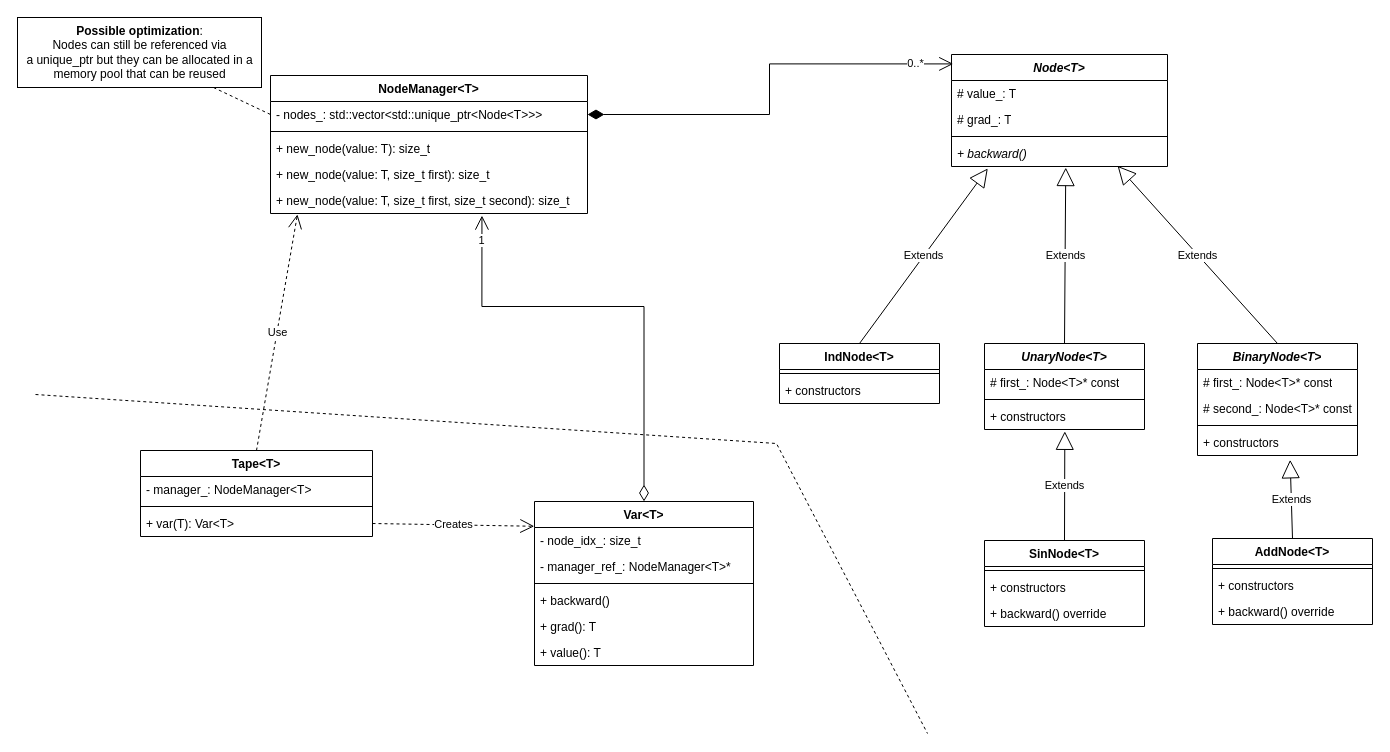
Above: docs/autodiff_reverse_main.drawio in giusgal/autodiff (draw.io), before the change. Source tidied: cells renumbered, new cells numbered last; positions are measured from the earlier drawing's top-left corner, leaving out a move shared by most shapes. Both pictures are drawn from the tidied source at 100%, with x=0, y=0 at pixel (17, 17).
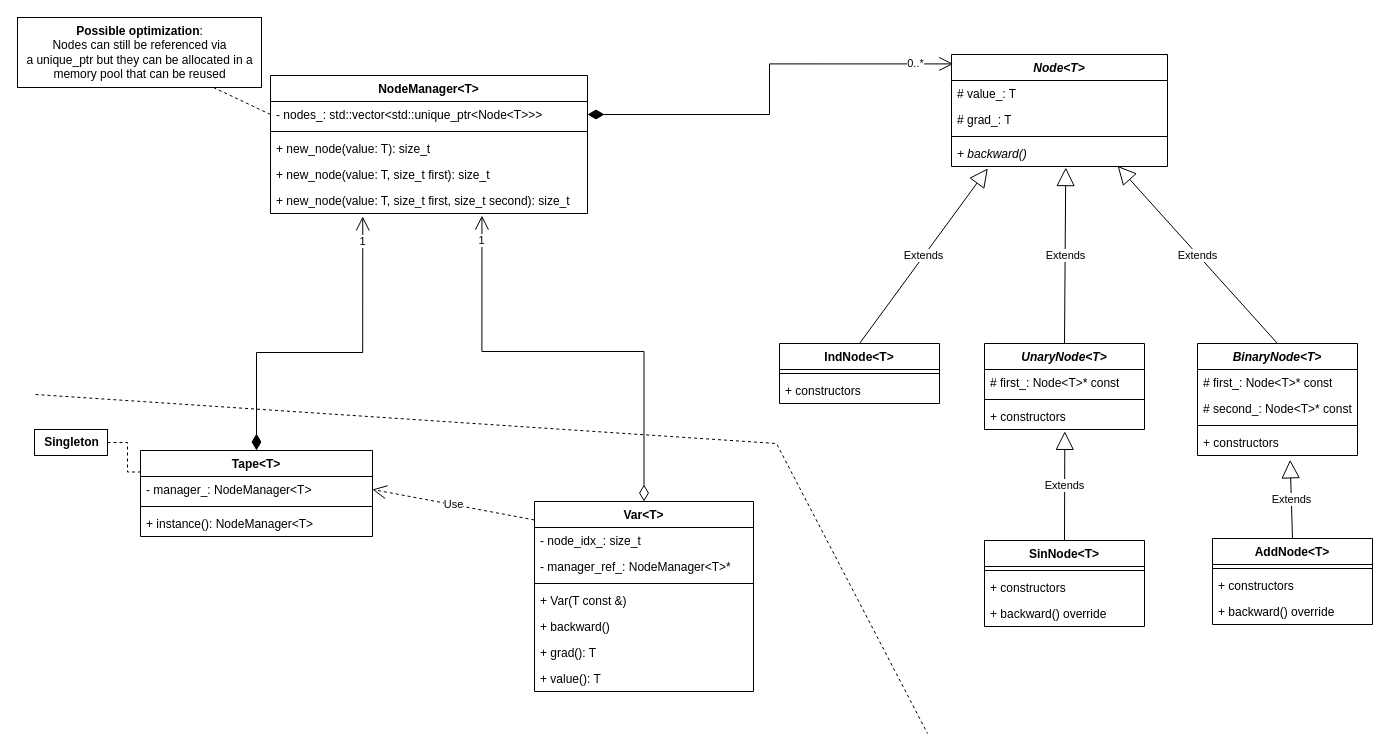
Above is the later version.

The change refers to these unchanged cells:
```xml
<mxCell id="2" value="Tape&amp;lt;T&amp;gt;" style="swimlane;fontStyle=1;align=center;verticalAlign=top;horizontal=1;startSize=26;whiteSpace=wrap;html=1;" parent="1" vertex="1">
  <mxGeometry x="123" y="433" width="232" height="86" as="geometry" />
</mxCell>
<mxCell id="3" value="- manager_: NodeManager&amp;lt;T&amp;gt;" style="text;strokeColor=none;fillColor=none;align=left;verticalAlign=top;spacingLeft=4;spacingRight=4;overflow=hidden;points=[[0,0.5],[1,0.5]];portConstraint=eastwest;whiteSpace=wrap;html=1;" parent="2" vertex="1">
  <mxGeometry y="26" width="232" height="26" as="geometry" />
</mxCell>
<mxCell id="18" value="+ new_node(value: T, size_t first, size_t second): size_t" style="text;strokeColor=none;fillColor=none;align=left;verticalAlign=top;spacingLeft=4;spacingRight=4;overflow=hidden;points=[[0,0.5],[1,0.5]];portConstraint=eastwest;whiteSpace=wrap;html=1;" parent="13" vertex="1">
  <mxGeometry y="112" width="317" height="26" as="geometry" />
</mxCell>
```

What changed in the source:
```diff
@@
-    <mxCell id="5" value="+ var(T): Var&amp;lt;T&amp;gt;" style="text;strokeColor=none;fillColor=none;align=left;verticalAlign=top;spacingLeft=4;spacingRight=4;overflow=hidden;points=[[0,0.5],[1,0.5]];portConstraint=eastwest;whiteSpace=wrap;html=1;" parent="2" vertex="1">
+    <mxCell id="5" value="+ instance(): NodeManager&amp;lt;T&amp;gt;" style="text;strokeColor=none;fillColor=none;align=left;verticalAlign=top;spacingLeft=4;spacingRight=4;overflow=hidden;points=[[0,0.5],[1,0.5]];portConstraint=eastwest;whiteSpace=wrap;html=1;" parent="2" vertex="1">
       <mxGeometry y="60" width="232" height="26" as="geometry" />
     </mxCell>
@@
-    <mxCell id="36" value="Use" style="endArrow=open;endSize=12;dashed=1;html=1;rounded=0;exitX=0.5;exitY=0;exitDx=0;exitDy=0;entryX=0.085;entryY=1.035;entryDx=0;entryDy=0;entryPerimeter=0;" parent="1" edge="1" source="2" target="18">
-      <mxGeometry relative="1" as="geometry" />
-    </mxCell>
@@
     <mxCell id="47" value="Var&amp;lt;T&amp;gt;" style="swimlane;fontStyle=1;align=center;verticalAlign=top;horizontal=1;startSize=26;whiteSpace=wrap;html=1;" parent="1" vertex="1">
-      <mxGeometry x="517" y="484" width="219" height="164" as="geometry" />
+      <mxGeometry x="517" y="484" width="219" height="190" as="geometry" />
     </mxCell>
@@
-    <mxCell id="51" value="+ backward()" style="text;strokeColor=none;fillColor=none;align=left;verticalAlign=top;spacingLeft=4;spacingRight=4;overflow=hidden;whiteSpace=wrap;html=1;" parent="47" vertex="1">
+    <mxCell id="51" value="+ Var(T const &amp;amp;)" style="text;strokeColor=none;fillColor=none;align=left;verticalAlign=top;spacingLeft=4;spacingRight=4;overflow=hidden;whiteSpace=wrap;html=1;" parent="47" vertex="1">
       <mxGeometry y="86" width="219" height="26" as="geometry" />
     </mxCell>
+    <mxCell id="58" value="+ backward()" style="text;strokeColor=none;fillColor=none;align=left;verticalAlign=top;spacingLeft=4;spacingRight=4;overflow=hidden;whiteSpace=wrap;html=1;" parent="47" vertex="1">
+      <mxGeometry y="112" width="219" height="26" as="geometry" />
+    </mxCell>
     <mxCell id="52" value="+ grad(): T" style="text;strokeColor=none;fillColor=none;align=left;verticalAlign=top;spacingLeft=4;spacingRight=4;overflow=hidden;whiteSpace=wrap;html=1;" parent="47" vertex="1">
-      <mxGeometry y="112" width="219" height="26" as="geometry" />
+      <mxGeometry y="138" width="219" height="26" as="geometry" />
     </mxCell>
     <mxCell id="53" value="+ value(): T" style="text;strokeColor=none;fillColor=none;align=left;verticalAlign=top;spacingLeft=4;spacingRight=4;overflow=hidden;whiteSpace=wrap;html=1;" parent="47" vertex="1">
-      <mxGeometry y="138" width="219" height="26" as="geometry" />
+      <mxGeometry y="164" width="219" height="26" as="geometry" />
     </mxCell>
-    <mxCell id="54" value="Creates" style="endArrow=open;endSize=12;dashed=1;html=1;rounded=0;exitX=1;exitY=0.5;exitDx=0;exitDy=0;entryX=-0.001;entryY=0.151;entryDx=0;entryDy=0;entryPerimeter=0;" parent="1" edge="1" source="5" target="47">
-      <mxGeometry relative="1" as="geometry" />
-    </mxCell>
     <mxCell id="55" style="endArrow=open;html=1;endSize=12;startArrow=diamondThin;startSize=14;startFill=0;edgeStyle=orthogonalEdgeStyle;align=left;verticalAlign=bottom;rounded=0;exitX=0.5;exitY=0;exitDx=0;exitDy=0;entryX=0.667;entryY=1.08;entryDx=0;entryDy=0;entryPerimeter=0;" parent="1" edge="1" source="47" target="18">
       <mxGeometry x="-1" y="3" relative="1" as="geometry">
         <Array as="points">
-          <mxPoint x="627" y="289" />
-          <mxPoint x="464" y="289" />
+          <mxPoint x="626" y="334" />
+          <mxPoint x="464" y="334" />
         </Array>
       </mxGeometry>
     </mxCell>
@@
+    <mxCell id="36" value="Use" style="endArrow=open;endSize=12;dashed=1;html=1;rounded=0;exitX=-0.001;exitY=0.097;exitDx=0;exitDy=0;entryX=1;entryY=0.5;entryDx=0;entryDy=0;exitPerimeter=0;" parent="1" edge="1" source="47" target="3">
+      <mxGeometry relative="1" as="geometry" />
+    </mxCell>
+    <mxCell id="59" style="endArrow=open;html=1;endSize=12;startArrow=diamondThin;startSize=14;startFill=1;edgeStyle=orthogonalEdgeStyle;align=left;verticalAlign=bottom;rounded=0;exitX=0.5;exitY=0;exitDx=0;exitDy=0;entryX=0.291;entryY=1.113;entryDx=0;entryDy=0;entryPerimeter=0;" parent="1" edge="1" source="2" target="18">
+      <mxGeometry x="-1" y="3" relative="1" as="geometry">
+        <Array as="points">
+          <mxPoint x="239" y="335" />
+          <mxPoint x="345" y="335" />
+        </Array>
+      </mxGeometry>
+    </mxCell>
+    <mxCell id="60" value="1" style="edgeLabel;html=1;align=center;verticalAlign=middle;" parent="59" vertex="1">
+      <mxGeometry x="0.88" y="2" relative="1" as="geometry">
+        <mxPoint x="1" y="4" as="offset" />
+      </mxGeometry>
+    </mxCell>
+    <mxCell id="61" style="edgeStyle=orthogonalEdgeStyle;rounded=0;jettySize=auto;html=1;entryX=0;entryY=0.25;entryDx=0;entryDy=0;endArrow=none;startFill=0;dashed=1;" parent="1" edge="1" source="62" target="2">
+      <mxGeometry relative="1" as="geometry" />
+    </mxCell>
+    <mxCell id="62" value="&lt;b&gt;Singleton&lt;/b&gt;" style="text;html=1;align=center;verticalAlign=middle;points=[];strokeColor=default;fillColor=none;" parent="1" vertex="1">
+      <mxGeometry x="17" y="412" width="73" height="26" as="geometry" />
+    </mxCell>
```
